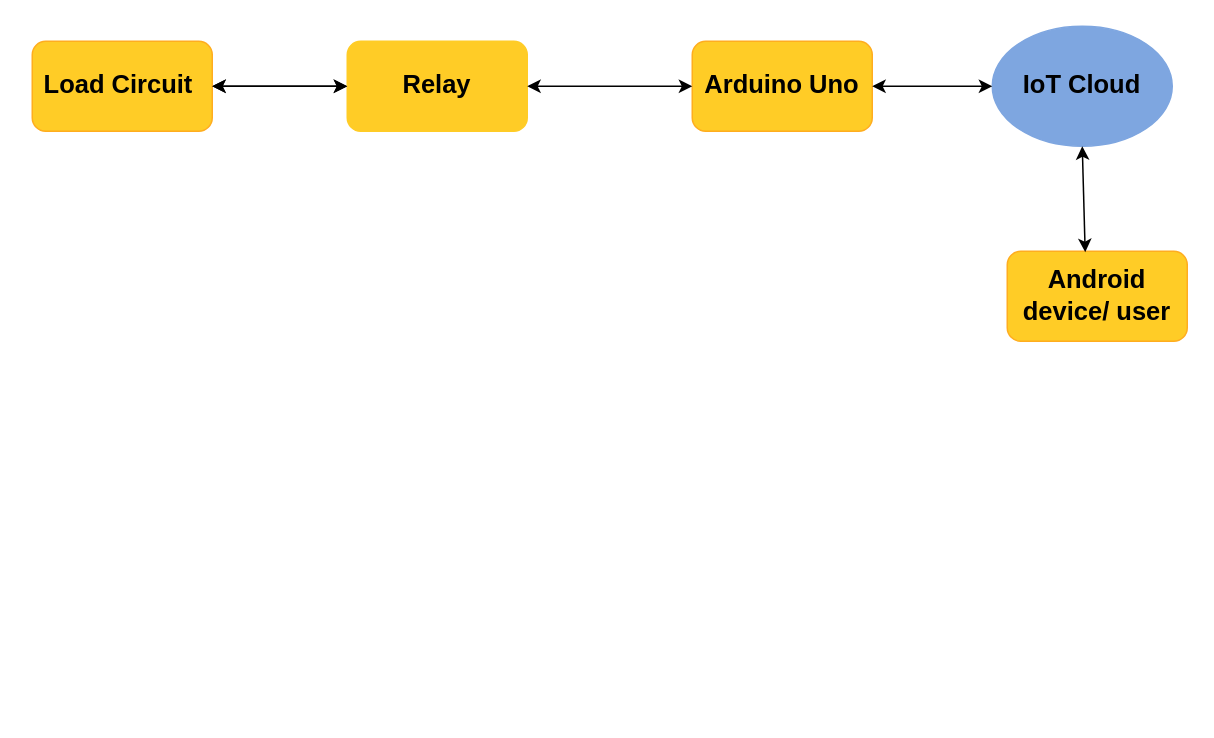
The draw.io diagram mini-pro.drawio in rumaisa147/sillymatters.com, before the edit. Source tidied: cells renumbered, new cells numbered last; positions are measured from the earlier drawing's top-left corner, leaving out a move shared by most shapes. Both pictures are drawn from the tidied source at 150%, with x=0, y=0 at pixel (32, 26).
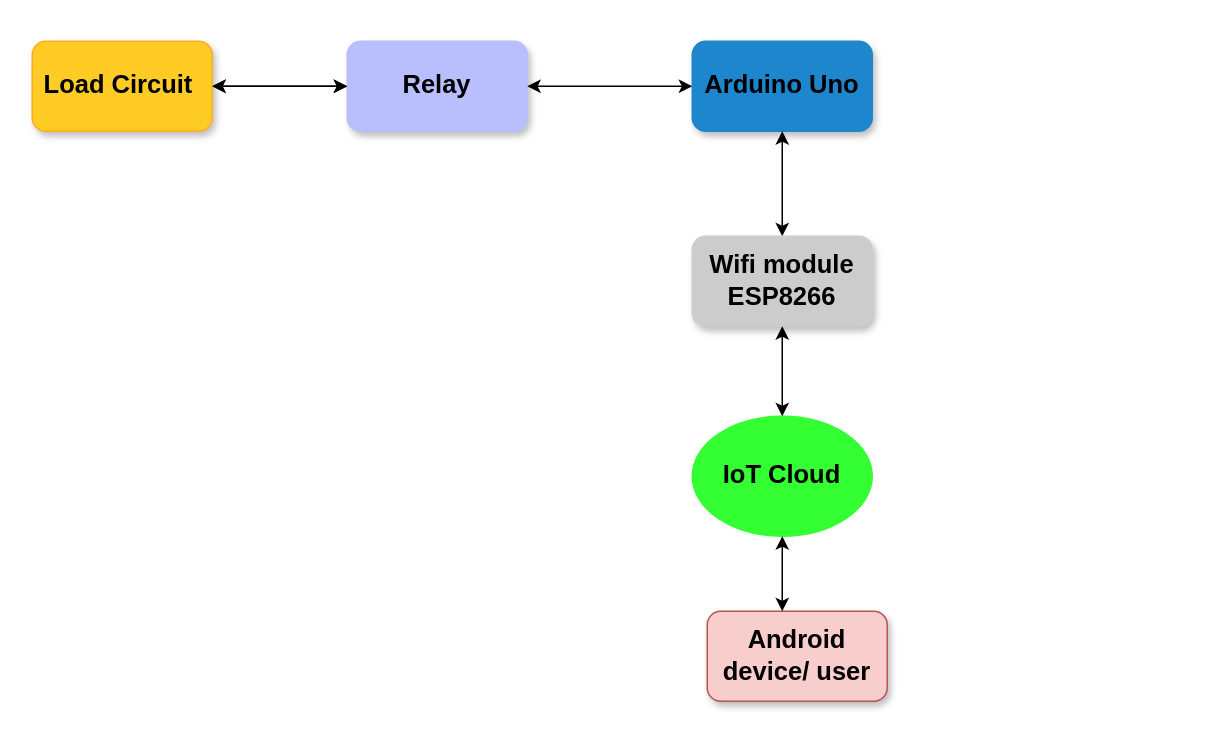
The same diagram, later.

Diff of the diagram source:
```diff
@@
 <mxGraphModel>
   <root>
     <mxCell id="0" />
     <mxCell id="1" parent="0" />
-    <mxCell id="2" value="&lt;b&gt;&lt;font style=&quot;font-size: 17px;&quot;&gt;Load Circuit&amp;nbsp;&lt;/font&gt;&lt;/b&gt;" style="rounded=1;whiteSpace=wrap;html=1;fillColor=#FFCC26;strokeColor=#FFAD1F;" parent="1" vertex="1">
+    <mxCell id="2" value="&lt;b&gt;&lt;font style=&quot;font-size: 17px;&quot;&gt;Load Circuit&amp;nbsp;&lt;/font&gt;&lt;/b&gt;" style="rounded=1;whiteSpace=wrap;html=1;fillColor=#FFCC26;strokeColor=#FFAD1F;shadow=1;" parent="1" vertex="1">
       <mxGeometry y="10" width="120" height="60" as="geometry" />
     </mxCell>
-    <mxCell id="3" value="&lt;b&gt;&lt;font style=&quot;font-size: 17px;&quot;&gt;Relay&lt;/font&gt;&lt;/b&gt;" style="rounded=1;whiteSpace=wrap;html=1;fillColor=#FFCC26;strokeColor=#FFCC26;" parent="1" vertex="1">
+    <mxCell id="3" value="&lt;b&gt;&lt;font style=&quot;font-size: 17px;&quot;&gt;Relay&lt;/font&gt;&lt;/b&gt;" style="rounded=1;whiteSpace=wrap;html=1;fillColor=#B8BFFC;strokeColor=#B8BFFC;shadow=1;" parent="1" vertex="1">
       <mxGeometry x="210" y="10" width="120" height="60" as="geometry" />
     </mxCell>
-    <mxCell id="4" value="&lt;font style=&quot;font-size: 17px;&quot;&gt;&lt;b&gt;Arduino Uno&lt;/b&gt;&lt;/font&gt;" style="rounded=1;whiteSpace=wrap;html=1;fillColor=#FFCC26;strokeColor=#FFAD1F;" parent="1" vertex="1">
+    <mxCell id="4" value="&lt;font style=&quot;font-size: 17px;&quot;&gt;&lt;b&gt;Arduino Uno&lt;/b&gt;&lt;/font&gt;" style="rounded=1;whiteSpace=wrap;html=1;fillColor=#1D86CC;strokeColor=#1D86CC;glass=0;shadow=1;" parent="1" vertex="1">
       <mxGeometry x="440" y="10" width="120" height="60" as="geometry" />
     </mxCell>
-    <mxCell id="5" value="&lt;b&gt;&lt;font style=&quot;font-size: 17px;&quot;&gt;IoT Cloud&lt;/font&gt;&lt;/b&gt;" style="ellipse;whiteSpace=wrap;html=1;fillColor=#7EA6E0;strokeColor=#7EA6E0;" parent="1" vertex="1">
-      <mxGeometry x="640" width="120" height="80" as="geometry" />
+    <mxCell id="5" value="&lt;b&gt;&lt;font style=&quot;font-size: 17px;&quot;&gt;IoT Cloud&lt;/font&gt;&lt;/b&gt;" style="ellipse;whiteSpace=wrap;html=1;fillColor=#33FF33;strokeColor=#33FF33;" parent="1" vertex="1">
+      <mxGeometry x="440" y="260" width="120" height="80" as="geometry" />
     </mxCell>
     <mxCell id="6" style="endArrow=classic;startArrow=classic;html=1;rounded=0;fontSize=17;exitX=1;exitY=0.5;exitDx=0;exitDy=0;" parent="1" edge="1" source="2">
       <mxGeometry relative="1" as="geometry">
         <mxPoint x="210" y="40" as="targetPoint" />
       </mxGeometry>
     </mxCell>
     <mxCell id="7" style="endArrow=classic;startArrow=classic;html=1;rounded=0;fontSize=17;exitX=1;exitY=0.5;exitDx=0;exitDy=0;" parent="1" edge="1" source="2">
       <mxGeometry relative="1" as="geometry">
         <mxPoint x="210" y="40" as="targetPoint" />
         <Array as="points">
           <mxPoint x="170" y="40" />
         </Array>
       </mxGeometry>
     </mxCell>
-    <mxCell id="8" style="endArrow=classic;startArrow=classic;html=1;rounded=0;fontSize=17;exitX=1;exitY=0.5;exitDx=0;exitDy=0;entryX=0;entryY=0.5;entryDx=0;entryDy=0;" parent="1" edge="1" source="4" target="5">
+    <mxCell id="8" style="endArrow=classic;startArrow=classic;html=1;rounded=0;fontSize=17;exitX=0.5;exitY=1;exitDx=0;exitDy=0;strokeWidth=1;" parent="1" edge="1" source="4">
       <mxGeometry relative="1" as="geometry">
+        <mxPoint x="500" y="140" as="targetPoint" />
         <Array as="points">
-          <mxPoint x="600" y="40" />
+          <mxPoint x="500" y="100" />
         </Array>
       </mxGeometry>
     </mxCell>
     <mxCell id="9" style="endArrow=classic;startArrow=classic;html=1;rounded=0;fontSize=17;exitX=1;exitY=0.5;exitDx=0;exitDy=0;entryX=0;entryY=0.5;entryDx=0;entryDy=0;" parent="1" edge="1" source="3" target="4">
       <mxGeometry relative="1" as="geometry" />
     </mxCell>
-    <mxCell id="10" value="&lt;b&gt;Android device/ user&lt;/b&gt;" style="rounded=1;whiteSpace=wrap;html=1;fontSize=17;strokeColor=#FFAD1F;fillColor=#FFCC26;" parent="1" vertex="1">
-      <mxGeometry x="650" y="150" width="120" height="60" as="geometry" />
+    <mxCell id="10" value="&lt;b&gt;Android device/ user&lt;/b&gt;" style="rounded=1;whiteSpace=wrap;html=1;fontSize=17;strokeColor=#b85450;fillColor=#f8cecc;shadow=1;" parent="1" vertex="1">
+      <mxGeometry x="450" y="390" width="120" height="60" as="geometry" />
     </mxCell>
-    <mxCell id="11" style="endArrow=classic;startArrow=classic;html=1;rounded=0;fontSize=17;entryX=0.5;entryY=1;entryDx=0;entryDy=0;exitX=0.433;exitY=0.01;exitDx=0;exitDy=0;exitPerimeter=0;" parent="1" edge="1" source="10" target="5">
-      <mxGeometry relative="1" as="geometry" />
+    <mxCell id="11" style="endArrow=classic;startArrow=classic;html=1;rounded=0;fontSize=17;entryX=0.5;entryY=1;entryDx=0;entryDy=0;" parent="1" edge="1" target="5">
+      <mxGeometry relative="1" as="geometry">
+        <mxPoint x="500" y="390" as="sourcePoint" />
+      </mxGeometry>
     </mxCell>
+    <mxCell id="12" value="&lt;font style=&quot;font-size: 17px;&quot;&gt;&lt;b&gt;Wifi module&lt;br&gt;ESP8266&lt;br&gt;&lt;/b&gt;&lt;/font&gt;" style="rounded=1;whiteSpace=wrap;html=1;fillColor=#CCCCCC;strokeColor=#CCCCCC;shadow=1;" parent="1" vertex="1">
+      <mxGeometry x="440" y="140" width="120" height="60" as="geometry" />
+    </mxCell>
+    <mxCell id="13" style="endArrow=classic;startArrow=classic;html=1;rounded=0;fontSize=17;exitX=0.5;exitY=1;exitDx=0;exitDy=0;entryX=0.5;entryY=0;entryDx=0;entryDy=0;" parent="1" edge="1" source="12" target="5">
+      <mxGeometry relative="1" as="geometry">
+        <Array as="points">
+          <mxPoint x="500" y="220" />
+        </Array>
+      </mxGeometry>
+    </mxCell>
   </root>
 </mxGraphModel>
```
